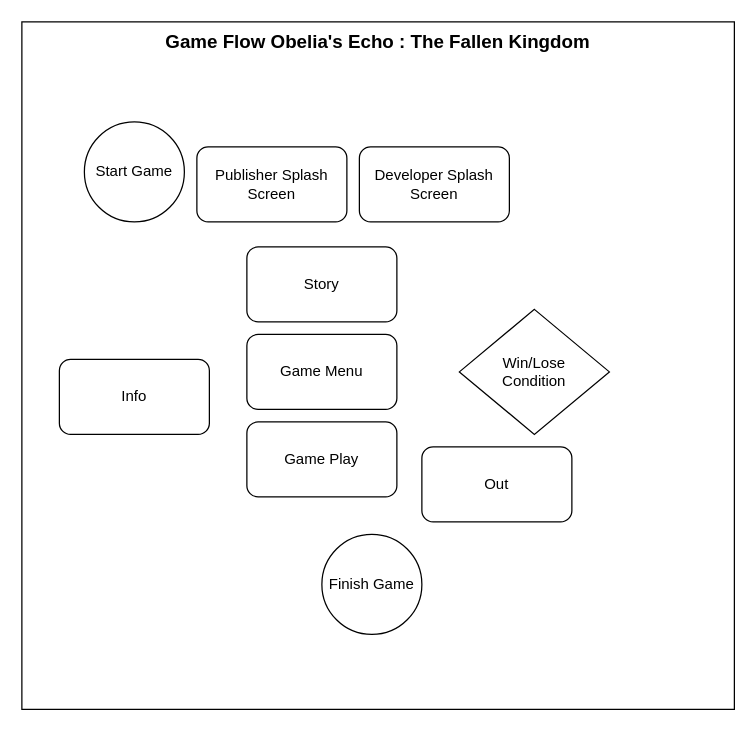
The draw.io diagram gameFlow.drawio in ZulpaAgustin/obelia-games, before the edit. Source tidied: cells renumbered, new cells numbered last; positions are measured from the earlier drawing's top-left corner, leaving out a move shared by most shapes. Both pictures are drawn from the tidied source at 125%, with x=0, y=0 at pixel (21, 21).
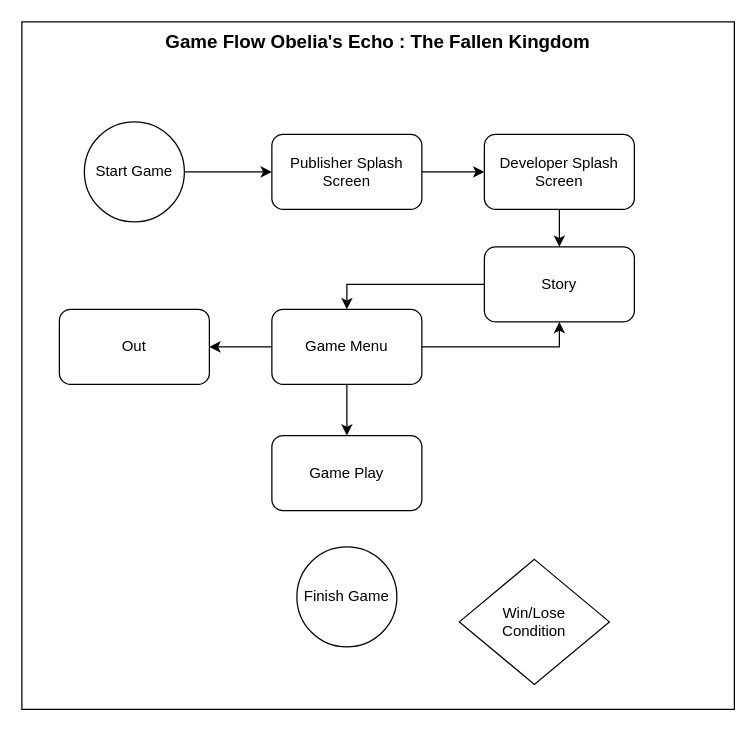
The same diagram, later.

Unchanged cells that the change refers to:
```xml
<mxCell id="3" value="Start Game" style="ellipse;whiteSpace=wrap;html=1;" parent="1" vertex="1">
  <mxGeometry x="50" y="80" width="80" height="80" as="geometry" />
</mxCell>
```

Change to the diagram source:
```diff
@@
+    <mxCell id="13" style="edgeStyle=orthogonalEdgeStyle;rounded=0;jettySize=auto;html=1;" parent="1" edge="1" source="3" target="4">
+      <mxGeometry relative="1" as="geometry" />
+    </mxCell>
@@
+    <mxCell id="14" style="edgeStyle=orthogonalEdgeStyle;rounded=0;jettySize=auto;html=1;" parent="1" edge="1" source="4" target="5">
+      <mxGeometry relative="1" as="geometry" />
+    </mxCell>
     <mxCell id="4" value="Publisher Splash Screen" style="rounded=1;whiteSpace=wrap;html=1;" parent="1" vertex="1">
-      <mxGeometry x="140" y="100" width="120" height="60" as="geometry" />
+      <mxGeometry x="200" y="90" width="120" height="60" as="geometry" />
     </mxCell>
+    <mxCell id="15" style="edgeStyle=orthogonalEdgeStyle;rounded=0;jettySize=auto;html=1;" parent="1" edge="1" source="5" target="7">
+      <mxGeometry relative="1" as="geometry" />
+    </mxCell>
     <mxCell id="5" value="Developer Splash Screen" style="rounded=1;whiteSpace=wrap;html=1;" parent="1" vertex="1">
-      <mxGeometry x="270" y="100" width="120" height="60" as="geometry" />
+      <mxGeometry x="370" y="90" width="120" height="60" as="geometry" />
     </mxCell>
+    <mxCell id="16" style="edgeStyle=orthogonalEdgeStyle;rounded=0;jettySize=auto;html=1;" parent="1" edge="1" source="6" target="7">
+      <mxGeometry relative="1" as="geometry">
+        <Array as="points">
+          <mxPoint x="430" y="260" />
+        </Array>
+      </mxGeometry>
+    </mxCell>
+    <mxCell id="17" style="edgeStyle=orthogonalEdgeStyle;rounded=0;jettySize=auto;html=1;" parent="1" edge="1" source="6" target="10">
+      <mxGeometry relative="1" as="geometry" />
+    </mxCell>
+    <mxCell id="18" style="edgeStyle=orthogonalEdgeStyle;rounded=0;jettySize=auto;html=1;" parent="1" edge="1" source="6" target="8">
+      <mxGeometry relative="1" as="geometry" />
+    </mxCell>
     <mxCell id="6" value="Game Menu" style="rounded=1;whiteSpace=wrap;html=1;" parent="1" vertex="1">
-      <mxGeometry x="180" y="250" width="120" height="60" as="geometry" />
+      <mxGeometry x="200" y="230" width="120" height="60" as="geometry" />
     </mxCell>
+    <mxCell id="19" style="edgeStyle=orthogonalEdgeStyle;rounded=0;jettySize=auto;html=1;entryX=0.5;entryY=0;entryDx=0;entryDy=0;" parent="1" edge="1" source="7" target="6">
+      <mxGeometry relative="1" as="geometry" />
+    </mxCell>
     <mxCell id="7" value="Story" style="rounded=1;whiteSpace=wrap;html=1;" parent="1" vertex="1">
-      <mxGeometry x="180" y="180" width="120" height="60" as="geometry" />
+      <mxGeometry x="370" y="180" width="120" height="60" as="geometry" />
     </mxCell>
     <mxCell id="8" value="Game Play" style="rounded=1;whiteSpace=wrap;html=1;" parent="1" vertex="1">
-      <mxGeometry x="180" y="320" width="120" height="60" as="geometry" />
+      <mxGeometry x="200" y="331" width="120" height="60" as="geometry" />
     </mxCell>
-    <mxCell id="9" value="Out" style="rounded=1;whiteSpace=wrap;html=1;" parent="1" vertex="1">
-      <mxGeometry x="320" y="340" width="120" height="60" as="geometry" />
-    </mxCell>
-    <mxCell id="10" value="Info" style="rounded=1;whiteSpace=wrap;html=1;" parent="1" vertex="1">
-      <mxGeometry x="30" y="270" width="120" height="60" as="geometry" />
+    <mxCell id="10" value="Out" style="rounded=1;whiteSpace=wrap;html=1;" parent="1" vertex="1">
+      <mxGeometry x="30" y="230" width="120" height="60" as="geometry" />
     </mxCell>
     <mxCell id="11" value="Finish Game" style="ellipse;whiteSpace=wrap;html=1;" parent="1" vertex="1">
-      <mxGeometry x="240" y="410" width="80" height="80" as="geometry" />
+      <mxGeometry x="220" y="420" width="80" height="80" as="geometry" />
     </mxCell>
     <mxCell id="12" value="Win/Lose&lt;div&gt;Condition&lt;/div&gt;" style="rhombus;whiteSpace=wrap;html=1;" parent="1" vertex="1">
-      <mxGeometry x="350" y="230" width="120" height="100" as="geometry" />
+      <mxGeometry x="350" y="430" width="120" height="100" as="geometry" />
     </mxCell>
```
